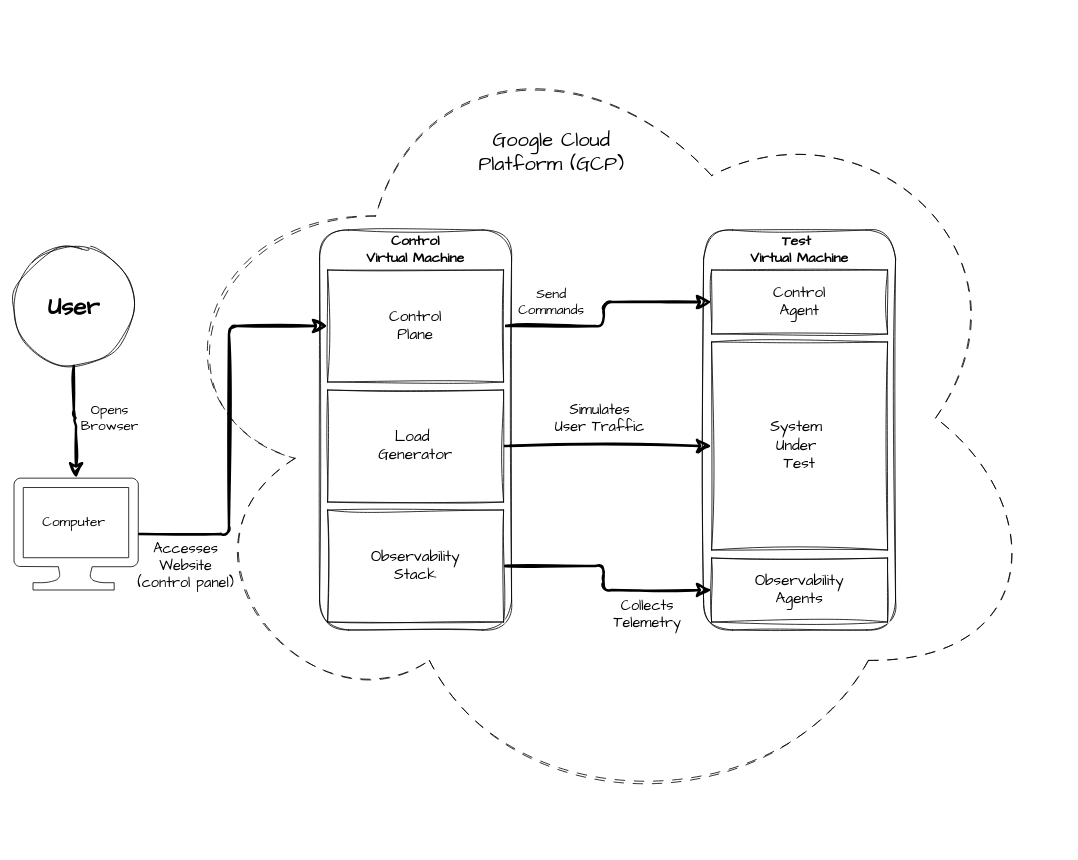
The draw.io diagram docs/simple-diagram.drawio in CharlesDDNoble/ObservaStack, before the edit. Source tidied: cells renumbered, new cells numbered last; positions are measured from the earlier drawing's top-left corner, leaving out a move shared by most shapes. Both pictures are drawn from the tidied source at 80%, with x=0, y=0 at pixel (14, 14).
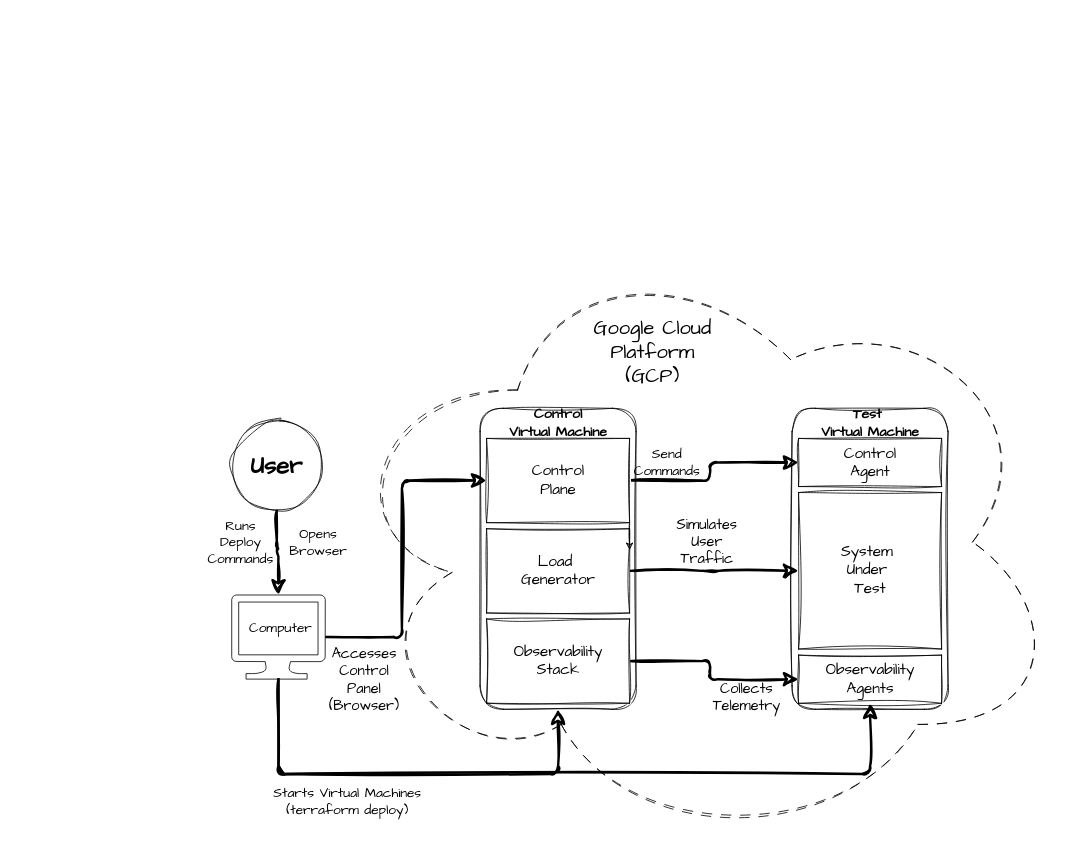
The same page after the edit.

Commit message (it also covers changes not shown here):
docs: update simple diagram for clarity on deploy

Change to the diagram source:
```diff
@@
+    <mxCell id="27" style="group;" parent="1" vertex="1">
+      <mxGeometry x="262" y="280" width="1050" height="760" as="geometry" />
+    </mxCell>
-    <mxCell id="2" style="ellipse;shape=cloud;whiteSpace=wrap;html=1;fillColor=none;dashed=1;dashPattern=12 12;sketch=1;curveFitting=1;jiggle=2;rounded=1;labelBackgroundColor=none;" parent="1" vertex="1">
-      <mxGeometry x="172" width="1120" height="1010" as="geometry" />
+    <mxCell id="2" style="ellipse;shape=cloud;whiteSpace=wrap;html=1;fillColor=none;dashed=1;dashPattern=12 12;sketch=1;curveFitting=1;jiggle=2;rounded=1;labelBackgroundColor=none;" parent="27" vertex="1">
+      <mxGeometry x="139.9" width="910.1" height="760" as="geometry" />
     </mxCell>
-    <mxCell id="3" style="rounded=1;whiteSpace=wrap;html=1;fillColor=none;sketch=1;curveFitting=1;jiggle=2;labelBackgroundColor=none;" parent="1" vertex="1">
-      <mxGeometry x="862" y="270" width="240" height="500" as="geometry" />
+    <mxCell id="3" style="rounded=1;whiteSpace=wrap;html=1;fillColor=none;sketch=1;curveFitting=1;jiggle=2;labelBackgroundColor=none;" parent="27" vertex="1">
+      <mxGeometry x="710.6" y="212.9" width="195" height="376.2" as="geometry" />
     </mxCell>
-    <mxCell id="4" style="rounded=1;whiteSpace=wrap;html=1;fillColor=none;sketch=1;curveFitting=1;jiggle=2;labelBackgroundColor=none;" parent="1" vertex="1">
-      <mxGeometry x="382" y="270" width="240" height="500" as="geometry" />
+    <mxCell id="4" style="rounded=1;whiteSpace=wrap;html=1;fillColor=none;sketch=1;curveFitting=1;jiggle=2;labelBackgroundColor=none;" parent="27" vertex="1">
+      <mxGeometry x="320.6" y="212.9" width="195" height="376.2" as="geometry" />
     </mxCell>
-    <mxCell id="5" style="edgeStyle=orthogonalEdgeStyle;rounded=1;jettySize=auto;html=1;exitX=1;exitY=0.5;exitDx=0;exitDy=0;flowAnimation=0;sketch=1;curveFitting=1;jiggle=2;labelBackgroundColor=none;fontColor=default;strokeWidth=3;endSize=12;" parent="1" edge="1" source="6" target="12">
+    <mxCell id="5" style="edgeStyle=orthogonalEdgeStyle;rounded=1;jettySize=auto;html=1;exitX=1;exitY=0.5;exitDx=0;exitDy=0;flowAnimation=0;sketch=1;curveFitting=1;jiggle=2;labelBackgroundColor=none;fontColor=default;strokeWidth=3;endSize=12;" parent="27" edge="1" source="6" target="12">
       <mxGeometry relative="1" as="geometry" />
     </mxCell>
-    <mxCell id="6" value="&lt;font style=&quot;font-size: 19px;&quot;&gt;Observability&lt;/font&gt;&lt;div&gt;&lt;font style=&quot;font-size: 19px;&quot;&gt;Stack&lt;/font&gt;&lt;/div&gt;" style="rounded=0;whiteSpace=wrap;html=1;sketch=1;curveFitting=1;jiggle=2;labelBackgroundColor=none;align=center;verticalAlign=middle;fontFamily=Architects Daughter;fontSize=12;" parent="1" vertex="1">
-      <mxGeometry x="392" y="620" width="220" height="140" as="geometry" />
+    <mxCell id="6" value="&lt;font style=&quot;font-size: 19px;&quot;&gt;Observability&lt;/font&gt;&lt;div&gt;&lt;font style=&quot;font-size: 19px;&quot;&gt;Stack&lt;/font&gt;&lt;/div&gt;" style="rounded=0;whiteSpace=wrap;html=1;sketch=1;curveFitting=1;jiggle=2;labelBackgroundColor=none;align=center;verticalAlign=middle;fontFamily=Architects Daughter;fontSize=12;" parent="27" vertex="1">
+      <mxGeometry x="328.7" y="476.2" width="178.8" height="105.3" as="geometry" />
     </mxCell>
-    <mxCell id="7" style="edgeStyle=orthogonalEdgeStyle;rounded=1;jettySize=auto;html=1;exitX=1;exitY=0.5;exitDx=0;exitDy=0;entryX=0;entryY=0.5;entryDx=0;entryDy=0;sketch=1;curveFitting=1;jiggle=2;labelBackgroundColor=none;fontColor=default;strokeWidth=3;endSize=12;" parent="1" edge="1" source="8" target="13">
+    <mxCell id="7" style="edgeStyle=orthogonalEdgeStyle;rounded=1;jettySize=auto;html=1;exitX=1;exitY=0.5;exitDx=0;exitDy=0;entryX=0;entryY=0.5;entryDx=0;entryDy=0;sketch=1;curveFitting=1;jiggle=2;labelBackgroundColor=none;fontColor=default;strokeWidth=3;endSize=12;" parent="27" edge="1" source="8" target="13">
       <mxGeometry relative="1" as="geometry" />
     </mxCell>
-    <mxCell id="8" value="&lt;font style=&quot;font-size: 19px;&quot;&gt;Load&amp;nbsp;&lt;/font&gt;&lt;div&gt;&lt;font style=&quot;font-size: 19px;&quot;&gt;Generator&lt;/font&gt;&lt;/div&gt;" style="rounded=0;whiteSpace=wrap;html=1;sketch=1;curveFitting=1;jiggle=2;labelBackgroundColor=none;align=center;verticalAlign=middle;fontFamily=Architects Daughter;fontSize=12;" parent="1" vertex="1">
-      <mxGeometry x="392" y="470" width="220" height="140" as="geometry" />
+    <mxCell id="8" value="&lt;font style=&quot;font-size: 19px;&quot;&gt;Load&amp;nbsp;&lt;/font&gt;&lt;div&gt;&lt;font style=&quot;font-size: 19px;&quot;&gt;Generator&lt;/font&gt;&lt;/div&gt;" style="rounded=0;whiteSpace=wrap;html=1;sketch=1;curveFitting=1;jiggle=2;labelBackgroundColor=none;align=center;verticalAlign=middle;fontFamily=Architects Daughter;fontSize=12;" parent="27" vertex="1">
+      <mxGeometry x="328.7" y="363.4" width="178.8" height="105.3" as="geometry" />
     </mxCell>
-    <mxCell id="9" style="edgeStyle=orthogonalEdgeStyle;rounded=1;jettySize=auto;html=1;exitX=1;exitY=0.5;exitDx=0;exitDy=0;sketch=1;curveFitting=1;jiggle=2;labelBackgroundColor=none;fontColor=default;strokeWidth=3;endSize=12;" parent="1" edge="1" source="10" target="11">
+    <mxCell id="9" style="edgeStyle=orthogonalEdgeStyle;rounded=1;jettySize=auto;html=1;exitX=1;exitY=0.5;exitDx=0;exitDy=0;sketch=1;curveFitting=1;jiggle=2;labelBackgroundColor=none;fontColor=default;strokeWidth=3;endSize=12;" parent="27" edge="1" source="10" target="11">
       <mxGeometry relative="1" as="geometry" />
     </mxCell>
+    <mxCell id="28" style="edgeStyle=orthogonalEdgeStyle;rounded=0;sketch=1;hachureGap=4;jiggle=2;curveFitting=1;jettySize=auto;html=1;exitX=1;exitY=1;exitDx=0;exitDy=0;entryX=1;entryY=0.25;entryDx=0;entryDy=0;fontFamily=Architects Daughter;" parent="27" edge="1" source="10" target="8">
+      <mxGeometry relative="1" as="geometry" />
+    </mxCell>
-    <mxCell id="10" value="&lt;font style=&quot;font-size: 19px;&quot;&gt;Control&lt;/font&gt;&lt;div&gt;&lt;font style=&quot;font-size: 19px;&quot;&gt;Plane&lt;/font&gt;&lt;/div&gt;" style="rounded=0;whiteSpace=wrap;html=1;sketch=1;curveFitting=1;jiggle=2;labelBackgroundColor=none;align=center;verticalAlign=middle;fontFamily=Architects Daughter;fontSize=12;" parent="1" vertex="1">
-      <mxGeometry x="392" y="320" width="220" height="140" as="geometry" />
+    <mxCell id="10" value="&lt;font style=&quot;font-size: 19px;&quot;&gt;Control&lt;/font&gt;&lt;div&gt;&lt;font style=&quot;font-size: 19px;&quot;&gt;Plane&lt;/font&gt;&lt;/div&gt;" style="rounded=0;whiteSpace=wrap;html=1;sketch=1;curveFitting=1;jiggle=2;labelBackgroundColor=none;align=center;verticalAlign=middle;fontFamily=Architects Daughter;fontSize=12;" parent="27" vertex="1">
+      <mxGeometry x="328.7" y="250.5" width="178.8" height="105.3" as="geometry" />
     </mxCell>
-    <mxCell id="11" value="&lt;font style=&quot;font-size: 19px;&quot;&gt;Control&lt;/font&gt;&lt;div&gt;&lt;font style=&quot;font-size: 19px;&quot;&gt;Agent&lt;/font&gt;&lt;/div&gt;" style="rounded=0;whiteSpace=wrap;html=1;sketch=1;curveFitting=1;jiggle=2;labelBackgroundColor=none;align=center;verticalAlign=middle;fontFamily=Architects Daughter;fontSize=12;" parent="1" vertex="1">
-      <mxGeometry x="872" y="320" width="220" height="80" as="geometry" />
+    <mxCell id="11" value="&lt;font style=&quot;font-size: 19px;&quot;&gt;Control&lt;/font&gt;&lt;div&gt;&lt;font style=&quot;font-size: 19px;&quot;&gt;Agent&lt;/font&gt;&lt;/div&gt;" style="rounded=0;whiteSpace=wrap;html=1;sketch=1;curveFitting=1;jiggle=2;labelBackgroundColor=none;align=center;verticalAlign=middle;fontFamily=Architects Daughter;fontSize=12;" parent="27" vertex="1">
+      <mxGeometry x="718.7" y="250.5" width="178.8" height="60.2" as="geometry" />
     </mxCell>
-    <mxCell id="12" value="&lt;font style=&quot;font-size: 19px;&quot;&gt;Observability&lt;/font&gt;&lt;div&gt;&lt;font style=&quot;font-size: 19px;&quot;&gt;Agents&lt;/font&gt;&lt;/div&gt;" style="rounded=0;whiteSpace=wrap;html=1;sketch=1;curveFitting=1;jiggle=2;labelBackgroundColor=none;align=center;verticalAlign=middle;fontFamily=Architects Daughter;fontSize=12;" parent="1" vertex="1">
-      <mxGeometry x="872" y="680" width="220" height="80" as="geometry" />
+    <mxCell id="12" value="&lt;font style=&quot;font-size: 19px;&quot;&gt;Observability&lt;/font&gt;&lt;div&gt;&lt;font style=&quot;font-size: 19px;&quot;&gt;Agents&lt;/font&gt;&lt;/div&gt;" style="rounded=0;whiteSpace=wrap;html=1;sketch=1;curveFitting=1;jiggle=2;labelBackgroundColor=none;align=center;verticalAlign=middle;fontFamily=Architects Daughter;fontSize=12;" parent="27" vertex="1">
+      <mxGeometry x="718.7" y="521.4" width="178.8" height="60.2" as="geometry" />
     </mxCell>
-    <mxCell id="13" value="&lt;font style=&quot;font-size: 19px;&quot;&gt;System&amp;nbsp;&lt;/font&gt;&lt;div&gt;&lt;font style=&quot;font-size: 19px;&quot;&gt;Under&amp;nbsp;&lt;/font&gt;&lt;/div&gt;&lt;div&gt;&lt;font style=&quot;font-size: 19px;&quot;&gt;Test&lt;br&gt;&lt;/font&gt;&lt;/div&gt;" style="rounded=0;whiteSpace=wrap;html=1;sketch=1;curveFitting=1;jiggle=2;labelBackgroundColor=none;align=center;verticalAlign=middle;fontFamily=Architects Daughter;fontSize=12;" parent="1" vertex="1">
-      <mxGeometry x="872" y="410" width="220" height="260" as="geometry" />
+    <mxCell id="13" value="&lt;font style=&quot;font-size: 19px;&quot;&gt;System&amp;nbsp;&lt;/font&gt;&lt;div&gt;&lt;font style=&quot;font-size: 19px;&quot;&gt;Under&amp;nbsp;&lt;/font&gt;&lt;/div&gt;&lt;div&gt;&lt;font style=&quot;font-size: 19px;&quot;&gt;Test&lt;br&gt;&lt;/font&gt;&lt;/div&gt;" style="rounded=0;whiteSpace=wrap;html=1;sketch=1;curveFitting=1;jiggle=2;labelBackgroundColor=none;align=center;verticalAlign=middle;fontFamily=Architects Daughter;fontSize=12;" parent="27" vertex="1">
+      <mxGeometry x="718.7" y="318.2" width="178.8" height="195.6" as="geometry" />
     </mxCell>
-    <mxCell id="14" value="&lt;font&gt;Send Commands&lt;/font&gt;" style="text;html=1;whiteSpace=wrap;strokeColor=none;fillColor=none;align=center;verticalAlign=middle;rounded=1;sketch=1;curveFitting=1;jiggle=2;labelBackgroundColor=none;fontFamily=Architects Daughter;fontSize=17;" parent="1" vertex="1">
-      <mxGeometry x="642" y="345" width="60" height="30" as="geometry" />
+    <mxCell id="14" value="&lt;font&gt;Send Commands&lt;/font&gt;" style="text;html=1;whiteSpace=wrap;strokeColor=none;fillColor=none;align=center;verticalAlign=middle;rounded=1;sketch=1;curveFitting=1;jiggle=2;labelBackgroundColor=none;fontFamily=Architects Daughter;fontSize=17;" parent="27" vertex="1">
+      <mxGeometry x="530" y="269.3" width="48.8" height="22.6" as="geometry" />
     </mxCell>
-    <mxCell id="15" value="&lt;font&gt;Simulates&lt;br&gt;User Traffic&lt;/font&gt;" style="text;html=1;whiteSpace=wrap;strokeColor=none;fillColor=none;align=center;verticalAlign=middle;rounded=1;sketch=1;curveFitting=1;jiggle=2;labelBackgroundColor=none;fontFamily=Architects Daughter;fontSize=18;" parent="1" vertex="1">
-      <mxGeometry x="674.5" y="490" width="115" height="30" as="geometry" />
+    <mxCell id="15" value="&lt;font&gt;Simulates&lt;br&gt;User Traffic&lt;/font&gt;" style="text;html=1;whiteSpace=wrap;strokeColor=none;fillColor=none;align=center;verticalAlign=middle;rounded=1;sketch=1;curveFitting=1;jiggle=2;labelBackgroundColor=none;fontFamily=Architects Daughter;fontSize=18;" parent="27" vertex="1">
+      <mxGeometry x="558.2" y="368.7" width="93.4" height="22.6" as="geometry" />
     </mxCell>
-    <mxCell id="16" value="&lt;font&gt;Collects&lt;/font&gt;&lt;div&gt;Telemetry&lt;/div&gt;" style="text;html=1;whiteSpace=wrap;strokeColor=none;fillColor=none;align=center;verticalAlign=middle;rounded=1;sketch=1;curveFitting=1;jiggle=2;labelBackgroundColor=none;fontFamily=Architects Daughter;fontSize=18;" parent="1" vertex="1">
-      <mxGeometry x="732" y="730" width="120" height="40" as="geometry" />
+    <mxCell id="16" value="&lt;font&gt;Collects&lt;/font&gt;&lt;div&gt;Telemetry&lt;/div&gt;" style="text;html=1;whiteSpace=wrap;strokeColor=none;fillColor=none;align=center;verticalAlign=middle;rounded=1;sketch=1;curveFitting=1;jiggle=2;labelBackgroundColor=none;fontFamily=Architects Daughter;fontSize=18;" parent="27" vertex="1">
+      <mxGeometry x="605" y="559" width="97.5" height="30.1" as="geometry" />
     </mxCell>
-    <mxCell id="17" style="edgeStyle=orthogonalEdgeStyle;rounded=1;jettySize=auto;html=1;exitX=1;exitY=0.5;exitDx=0;exitDy=0;sketch=1;curveFitting=1;jiggle=2;labelBackgroundColor=none;fontColor=default;strokeWidth=3;endSize=12;entryX=0;entryY=0.5;entryDx=0;entryDy=0;shadow=0;exitPerimeter=0;" parent="1" edge="1" source="22" target="10">
+    <mxCell id="17" style="edgeStyle=orthogonalEdgeStyle;rounded=1;jettySize=auto;html=1;exitX=1;exitY=0.5;exitDx=0;exitDy=0;sketch=1;curveFitting=1;jiggle=2;labelBackgroundColor=none;fontColor=default;strokeWidth=3;endSize=12;entryX=0;entryY=0.5;entryDx=0;entryDy=0;shadow=0;exitPerimeter=0;" parent="27" edge="1" source="22" target="10">
       <mxGeometry relative="1" as="geometry" />
     </mxCell>
-    <mxCell id="18" value="&lt;h1&gt;&lt;font style=&quot;font-size: 30px;&quot;&gt;User&lt;/font&gt;&lt;/h1&gt;" style="ellipse;whiteSpace=wrap;html=1;sketch=1;curveFitting=1;jiggle=2;rounded=0;labelBackgroundColor=none;fillColor=none;align=center;verticalAlign=middle;fontFamily=Architects Daughter;fontSize=12;" parent="1" vertex="1">
-      <mxGeometry x="-0.2" y="290" width="150" height="150" as="geometry" />
+    <mxCell id="18" value="&lt;h1&gt;&lt;font style=&quot;font-size: 30px;&quot;&gt;User&lt;/font&gt;&lt;/h1&gt;" style="ellipse;whiteSpace=wrap;html=1;sketch=1;curveFitting=1;jiggle=2;rounded=0;labelBackgroundColor=none;fillColor=none;align=center;verticalAlign=middle;fontFamily=Architects Daughter;fontSize=12;" parent="27" vertex="1">
+      <mxGeometry x="10" y="227.9" width="112.9" height="112.9" as="geometry" />
     </mxCell>
-    <mxCell id="19" value="&lt;h3&gt;Test&amp;nbsp;&lt;br&gt;Virtual Machine&lt;/h3&gt;" style="text;html=1;whiteSpace=wrap;strokeColor=none;fillColor=none;align=center;verticalAlign=middle;rounded=1;sketch=1;curveFitting=1;jiggle=2;labelBackgroundColor=none;fontFamily=Architects Daughter;fontSize=15;" parent="1" vertex="1">
-      <mxGeometry x="912" y="280" width="140" height="30" as="geometry" />
+    <mxCell id="19" value="&lt;h3&gt;Test&amp;nbsp;&lt;br&gt;Virtual Machine&lt;/h3&gt;" style="text;html=1;whiteSpace=wrap;strokeColor=none;fillColor=none;align=center;verticalAlign=middle;rounded=1;sketch=1;curveFitting=1;jiggle=2;labelBackgroundColor=none;fontFamily=Architects Daughter;fontSize=15;" parent="27" vertex="1">
+      <mxGeometry x="740.6" y="220.4" width="135" height="22.6" as="geometry" />
     </mxCell>
-    <mxCell id="20" value="&lt;h3&gt;Control&lt;br&gt;Virtual Machine&lt;/h3&gt;" style="text;html=1;whiteSpace=wrap;strokeColor=none;fillColor=none;align=center;verticalAlign=middle;rounded=1;sketch=1;curveFitting=1;jiggle=2;labelBackgroundColor=none;fontFamily=Architects Daughter;fontSize=15;" parent="1" vertex="1">
-      <mxGeometry x="432" y="280" width="140" height="30" as="geometry" />
+    <mxCell id="20" value="&lt;h3&gt;Control&lt;br&gt;Virtual Machine&lt;/h3&gt;" style="text;html=1;whiteSpace=wrap;strokeColor=none;fillColor=none;align=center;verticalAlign=middle;rounded=1;sketch=1;curveFitting=1;jiggle=2;labelBackgroundColor=none;fontFamily=Architects Daughter;fontSize=15;" parent="27" vertex="1">
+      <mxGeometry x="350.6" y="220.4" width="135" height="22.6" as="geometry" />
     </mxCell>
-    <mxCell id="21" value="&lt;font style=&quot;font-size: 25px;&quot;&gt;Google Cloud Platform (GCP)&lt;/font&gt;&lt;div&gt;&lt;br&gt;&lt;/div&gt;" style="text;html=1;whiteSpace=wrap;strokeColor=none;fillColor=none;align=center;verticalAlign=middle;rounded=0;fontFamily=Architects Daughter;labelBackgroundColor=none;" parent="1" vertex="1">
-      <mxGeometry x="572" y="120" width="200" height="120" as="geometry" />
+    <mxCell id="21" value="&lt;font style=&quot;font-size: 25px;&quot;&gt;Google Cloud Platform (GCP)&lt;/font&gt;&lt;div&gt;&lt;br&gt;&lt;/div&gt;" style="text;html=1;whiteSpace=wrap;strokeColor=none;fillColor=none;align=center;verticalAlign=middle;rounded=0;fontFamily=Architects Daughter;labelBackgroundColor=none;" parent="27" vertex="1">
+      <mxGeometry x="455" y="105" width="162.5" height="90.3" as="geometry" />
     </mxCell>
-    <mxCell id="22" style="sketch=0;shadow=0;dashed=0;html=1;labelPosition=center;verticalLabelPosition=bottom;verticalAlign=top;align=center;shape=mxgraph.azure.computer;rounded=0;fontFamily=Architects Daughter;fontSize=12;labelBackgroundColor=none;" parent="1" vertex="1">
-      <mxGeometry x="-0.2" y="580" width="155.6" height="140" as="geometry" />
+    <mxCell id="22" style="sketch=0;shadow=0;dashed=0;html=1;labelPosition=center;verticalLabelPosition=bottom;verticalAlign=top;align=center;shape=mxgraph.azure.computer;rounded=0;fontFamily=Architects Daughter;fontSize=12;labelBackgroundColor=none;" parent="27" vertex="1">
+      <mxGeometry x="10" y="446.1" width="117.1" height="105.3" as="geometry" />
     </mxCell>
-    <mxCell id="23" style="edgeStyle=orthogonalEdgeStyle;rounded=1;jettySize=auto;html=1;exitX=0.5;exitY=1;exitDx=0;exitDy=0;sketch=1;curveFitting=1;jiggle=2;labelBackgroundColor=none;fontColor=default;strokeWidth=3;endSize=12;entryX=0.5;entryY=0;entryDx=0;entryDy=0;shadow=0;entryPerimeter=0;" parent="1" edge="1" source="18" target="22">
+    <mxCell id="23" style="edgeStyle=orthogonalEdgeStyle;rounded=1;jettySize=auto;html=1;exitX=0.5;exitY=1;exitDx=0;exitDy=0;sketch=1;curveFitting=1;jiggle=2;labelBackgroundColor=none;fontColor=default;strokeWidth=3;endSize=12;entryX=0.5;entryY=0;entryDx=0;entryDy=0;shadow=0;entryPerimeter=0;" parent="27" edge="1" source="18" target="22">
       <mxGeometry relative="1" as="geometry" />
     </mxCell>
-    <mxCell id="24" value="&lt;font&gt;Opens&lt;/font&gt;&lt;div&gt;&lt;font&gt;Browser&lt;/font&gt;&lt;/div&gt;" style="text;html=1;whiteSpace=wrap;strokeColor=none;fillColor=none;align=center;verticalAlign=middle;rounded=1;sketch=1;curveFitting=1;jiggle=2;labelBackgroundColor=none;fontFamily=Architects Daughter;fontSize=17;" parent="1" vertex="1">
-      <mxGeometry x="89.8" y="490" width="60" height="30" as="geometry" />
+    <mxCell id="24" value="&lt;div&gt;&lt;span style=&quot;background-color: transparent; color: light-dark(rgb(0, 0, 0), rgb(255, 255, 255));&quot;&gt;Opens&lt;/span&gt;&lt;/div&gt;&lt;div&gt;&lt;font&gt;Browser&lt;br&gt;&lt;/font&gt;&lt;/div&gt;" style="text;html=1;whiteSpace=wrap;strokeColor=none;fillColor=none;align=center;verticalAlign=middle;rounded=1;sketch=1;curveFitting=1;jiggle=2;labelBackgroundColor=none;fontFamily=Architects Daughter;fontSize=17;" parent="27" vertex="1">
+      <mxGeometry x="70" y="345" width="96.9" height="71" as="geometry" />
     </mxCell>
-    <mxCell id="25" value="Accesses&lt;div&gt;Website&lt;/div&gt;&lt;div&gt;(control panel)&lt;/div&gt;" style="text;html=1;whiteSpace=wrap;strokeColor=none;fillColor=none;align=center;verticalAlign=middle;rounded=1;sketch=1;curveFitting=1;jiggle=2;labelBackgroundColor=none;fontFamily=Architects Daughter;fontSize=18;" parent="1" vertex="1">
-      <mxGeometry x="149.8" y="660" width="130" height="60" as="geometry" />
+    <mxCell id="25" value="Accesses&lt;div&gt;Control Panel&lt;/div&gt;&lt;div&gt;(Browser)&lt;/div&gt;" style="text;html=1;whiteSpace=wrap;strokeColor=none;fillColor=none;align=center;verticalAlign=middle;rounded=1;sketch=1;curveFitting=1;jiggle=2;labelBackgroundColor=none;fontFamily=Architects Daughter;fontSize=18;" parent="27" vertex="1">
+      <mxGeometry x="127.1" y="509.8" width="98.1" height="83.4" as="geometry" />
     </mxCell>
-    <mxCell id="26" value="Computer" style="text;html=1;whiteSpace=wrap;strokeColor=none;fillColor=none;align=center;verticalAlign=middle;rounded=1;sketch=1;curveFitting=1;jiggle=2;labelBackgroundColor=none;fontFamily=Architects Daughter;fontSize=17;" parent="1" vertex="1">
-      <mxGeometry x="44.8" y="620" width="60" height="30" as="geometry" />
+    <mxCell id="26" value="Computer" style="text;html=1;whiteSpace=wrap;strokeColor=none;fillColor=none;align=center;verticalAlign=middle;rounded=1;sketch=1;curveFitting=1;jiggle=2;labelBackgroundColor=none;fontFamily=Architects Daughter;fontSize=17;" parent="27" vertex="1">
+      <mxGeometry x="46.6" y="476.2" width="48.8" height="22.6" as="geometry" />
     </mxCell>
+    <mxCell id="29" style="edgeStyle=orthogonalEdgeStyle;rounded=1;jettySize=auto;html=1;exitX=0.5;exitY=1;exitDx=0;exitDy=0;sketch=1;curveFitting=1;jiggle=2;labelBackgroundColor=none;fontColor=default;strokeWidth=3;endSize=12;entryX=0.5;entryY=1;entryDx=0;entryDy=0;shadow=0;exitPerimeter=0;" parent="27" edge="1" source="22" target="12">
+      <mxGeometry relative="1" as="geometry">
+        <Array as="points">
+          <mxPoint x="68" y="670" />
+          <mxPoint x="808" y="670" />
+        </Array>
+      </mxGeometry>
+    </mxCell>
+    <mxCell id="30" style="edgeStyle=orthogonalEdgeStyle;rounded=1;jettySize=auto;html=1;exitX=0.5;exitY=1;exitDx=0;exitDy=0;sketch=1;curveFitting=1;jiggle=2;labelBackgroundColor=none;fontColor=default;strokeWidth=3;endSize=12;shadow=0;exitPerimeter=0;entryX=0.5;entryY=1;entryDx=0;entryDy=0;" parent="27" edge="1" source="22" target="4">
+      <mxGeometry relative="1" as="geometry">
+        <Array as="points">
+          <mxPoint x="68" y="670" />
+          <mxPoint x="418" y="670" />
+        </Array>
+      </mxGeometry>
+    </mxCell>
+    <mxCell id="31" value="Starts Virtual Machines&lt;br&gt;(terraform deploy)" style="text;html=1;whiteSpace=wrap;strokeColor=none;fillColor=none;align=center;verticalAlign=middle;rounded=1;sketch=1;curveFitting=1;jiggle=2;labelBackgroundColor=none;fontFamily=Architects Daughter;fontSize=17;arcSize=50;" parent="27" vertex="1">
+      <mxGeometry x="60" y="687.4" width="190" height="32.6" as="geometry" />
+    </mxCell>
+    <mxCell id="32" value="&lt;div&gt;&lt;span style=&quot;background-color: transparent; color: light-dark(rgb(0, 0, 0), rgb(255, 255, 255));&quot;&gt;Runs Deploy Commands&lt;/span&gt;&lt;/div&gt;" style="text;html=1;whiteSpace=wrap;strokeColor=none;fillColor=none;align=center;verticalAlign=middle;rounded=1;sketch=1;curveFitting=1;jiggle=2;labelBackgroundColor=none;fontFamily=Architects Daughter;fontSize=17;" parent="27" vertex="1">
+      <mxGeometry x="-26.9" y="345" width="96.9" height="71" as="geometry" />
+    </mxCell>
```
